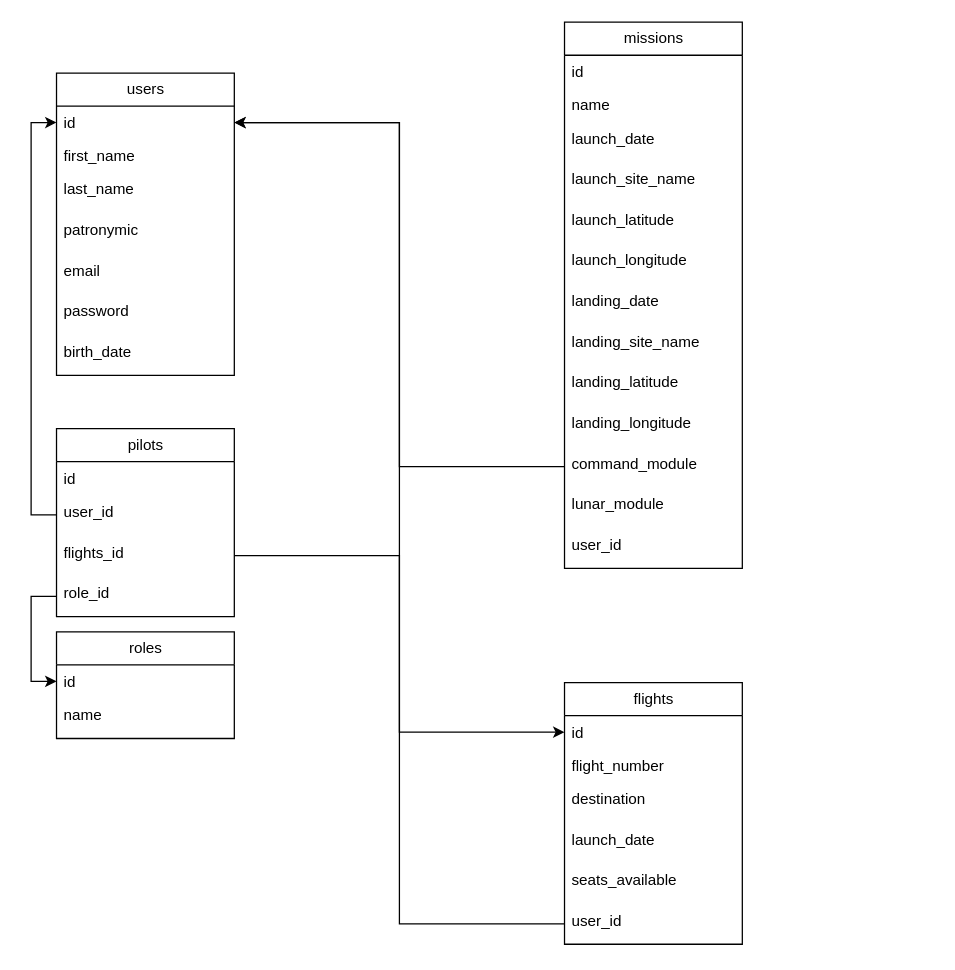
Before: materials/Диаграмма для апи.drawio in Komorif/Api-Laravel10, a draw.io diagram. Source tidied: cells renumbered, new cells numbered last; positions are measured from the earlier drawing's top-left corner, leaving out a move shared by most shapes. Both pictures are drawn from the tidied source at 127%, with x=0, y=0 at pixel (56, 22).
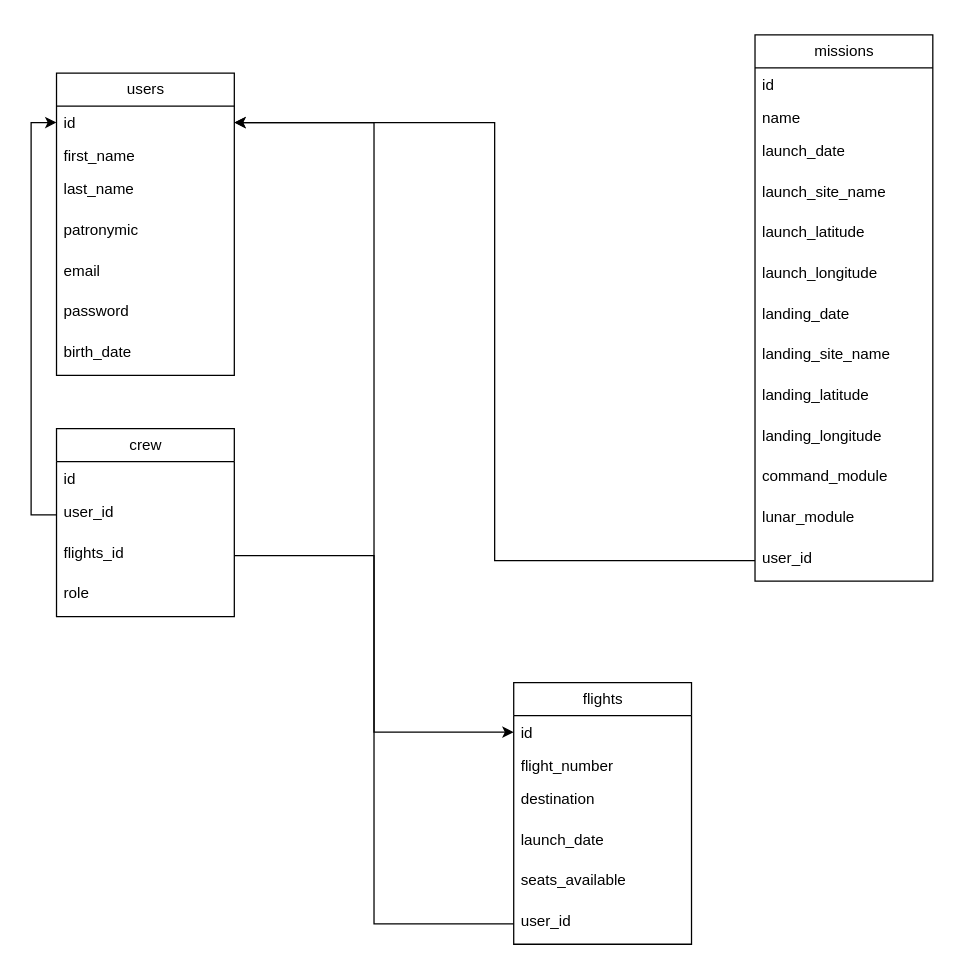
Above is the later version.

The change refers to these unchanged cells:
```xml
<mxCell id="3" value="id" style="text;strokeColor=none;fillColor=none;align=left;verticalAlign=top;spacingLeft=4;spacingRight=4;overflow=hidden;points=[[0,0.5],[1,0.5]];portConstraint=eastwest;whiteSpace=wrap;html=1;" parent="2" vertex="1">
  <mxGeometry y="26" width="140" height="26" as="geometry" />
</mxCell>
<mxCell id="30" value="command_module" style="text;strokeColor=none;fillColor=none;align=left;verticalAlign=top;spacingLeft=4;spacingRight=4;overflow=hidden;points=[[0,0.5],[1,0.5]];portConstraint=eastwest;whiteSpace=wrap;html=1;" parent="19" vertex="1">
  <mxGeometry y="334" width="140" height="32" as="geometry" />
</mxCell>
<mxCell id="32" value="user_id" style="text;strokeColor=none;fillColor=none;align=left;verticalAlign=top;spacingLeft=4;spacingRight=4;overflow=hidden;points=[[0,0.5],[1,0.5]];portConstraint=eastwest;whiteSpace=wrap;html=1;" parent="19" vertex="1">
  <mxGeometry y="398" width="140" height="32" as="geometry" />
</mxCell>
```

Change to the diagram source:
```diff
@@
-    <mxCell id="10" value="roles" style="swimlane;fontStyle=0;horizontal=1;startSize=26;fillColor=none;html=1;" parent="1" vertex="1">
-      <mxGeometry y="480" width="140" height="84" as="geometry" />
-    </mxCell>
-    <mxCell id="11" value="id" style="text;strokeColor=none;fillColor=none;align=left;verticalAlign=top;spacingLeft=4;spacingRight=4;overflow=hidden;points=[[0,0.5],[1,0.5]];portConstraint=eastwest;whiteSpace=wrap;html=1;" parent="10" vertex="1">
-      <mxGeometry y="26" width="140" height="26" as="geometry" />
-    </mxCell>
-    <mxCell id="12" value="name" style="text;strokeColor=none;fillColor=none;align=left;verticalAlign=top;spacingLeft=4;spacingRight=4;overflow=hidden;whiteSpace=wrap;html=1;" parent="10" vertex="1">
-      <mxGeometry y="52" width="140" height="32" as="geometry" />
-    </mxCell>
-    <mxCell id="13" value="pilots" style="swimlane;fontStyle=0;horizontal=1;startSize=26;fillColor=none;html=1;" parent="1" vertex="1">
+    <mxCell id="13" value="crew" style="swimlane;fontStyle=0;horizontal=1;startSize=26;fillColor=none;html=1;" parent="1" vertex="1">
       <mxGeometry y="320" width="140" height="148" as="geometry" />
     </mxCell>
@@
-    <mxCell id="17" value="role_id" style="text;strokeColor=none;fillColor=none;align=left;verticalAlign=top;spacingLeft=4;spacingRight=4;overflow=hidden;points=[[0,0.5],[1,0.5]];portConstraint=eastwest;whiteSpace=wrap;html=1;" parent="13" vertex="1">
+    <mxCell id="17" value="role" style="text;strokeColor=none;fillColor=none;align=left;verticalAlign=top;spacingLeft=4;spacingRight=4;overflow=hidden;points=[[0,0.5],[1,0.5]];portConstraint=eastwest;whiteSpace=wrap;html=1;" parent="13" vertex="1">
       <mxGeometry y="116" width="140" height="32" as="geometry" />
     </mxCell>
@@
     <mxCell id="19" value="missions" style="swimlane;fontStyle=0;horizontal=1;startSize=26;fillColor=none;html=1;" parent="1" vertex="1">
-      <mxGeometry x="400" width="140" height="430" as="geometry" />
+      <mxGeometry x="550" y="10" width="140" height="430" as="geometry" />
     </mxCell>
@@
-    <mxCell id="33" style="edgeStyle=orthogonalEdgeStyle;rounded=0;jettySize=auto;html=1;entryX=1;entryY=0.5;entryDx=0;entryDy=0;" parent="1" edge="1" source="30" target="3">
-      <mxGeometry relative="1" as="geometry" />
-    </mxCell>
     <mxCell id="34" value="flights" style="swimlane;fontStyle=0;horizontal=1;startSize=26;fillColor=none;html=1;" parent="1" vertex="1">
-      <mxGeometry x="400" y="520" width="140" height="206" as="geometry" />
+      <mxGeometry x="360" y="520" width="140" height="206" as="geometry" />
     </mxCell>
@@
-    <mxCell id="43" style="edgeStyle=orthogonalEdgeStyle;rounded=0;jettySize=auto;html=1;exitX=0;exitY=0.5;exitDx=0;exitDy=0;entryX=0;entryY=0.5;entryDx=0;entryDy=0;" parent="1" edge="1" source="17" target="11">
-      <mxGeometry relative="1" as="geometry" />
-    </mxCell>
+    <mxCell id="44" style="edgeStyle=orthogonalEdgeStyle;rounded=0;jettySize=auto;html=1;exitX=0;exitY=0.5;exitDx=0;exitDy=0;entryX=1;entryY=0.5;entryDx=0;entryDy=0;" parent="1" edge="1" source="32" target="3">
+      <mxGeometry relative="1" as="geometry" />
+    </mxCell>
```
